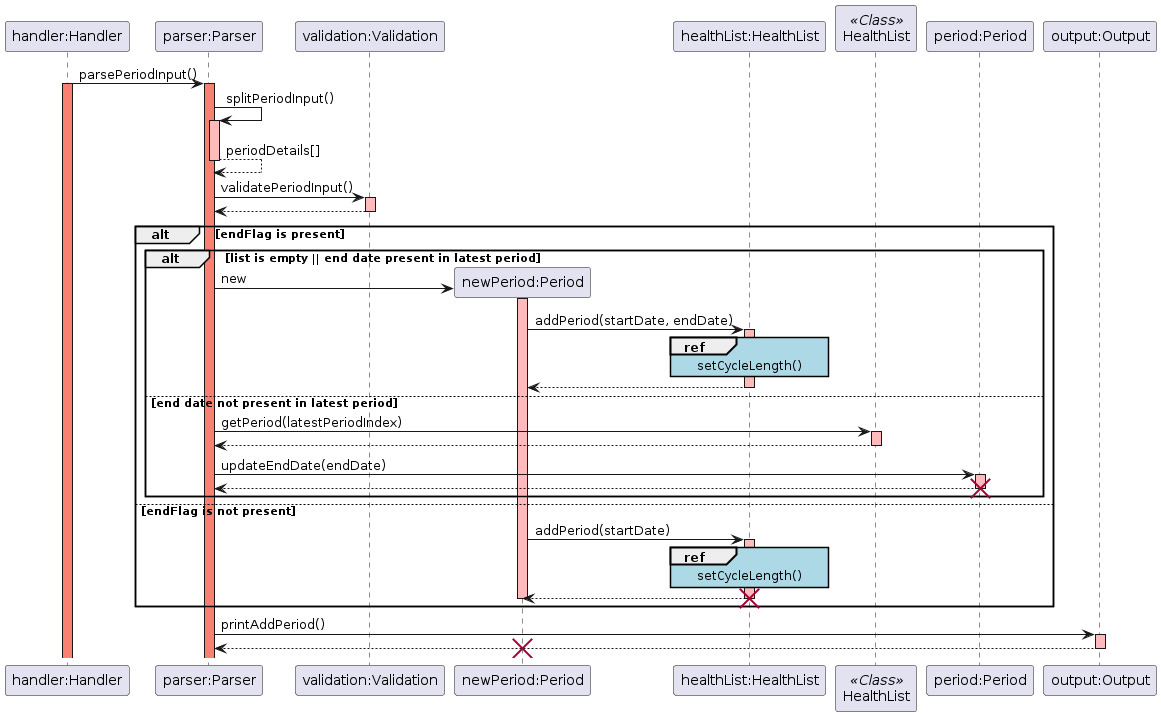
Above: docs/img/sequence_diagrams/period_sequence.png in rouvinerh/tp (PlantUML), before the change.
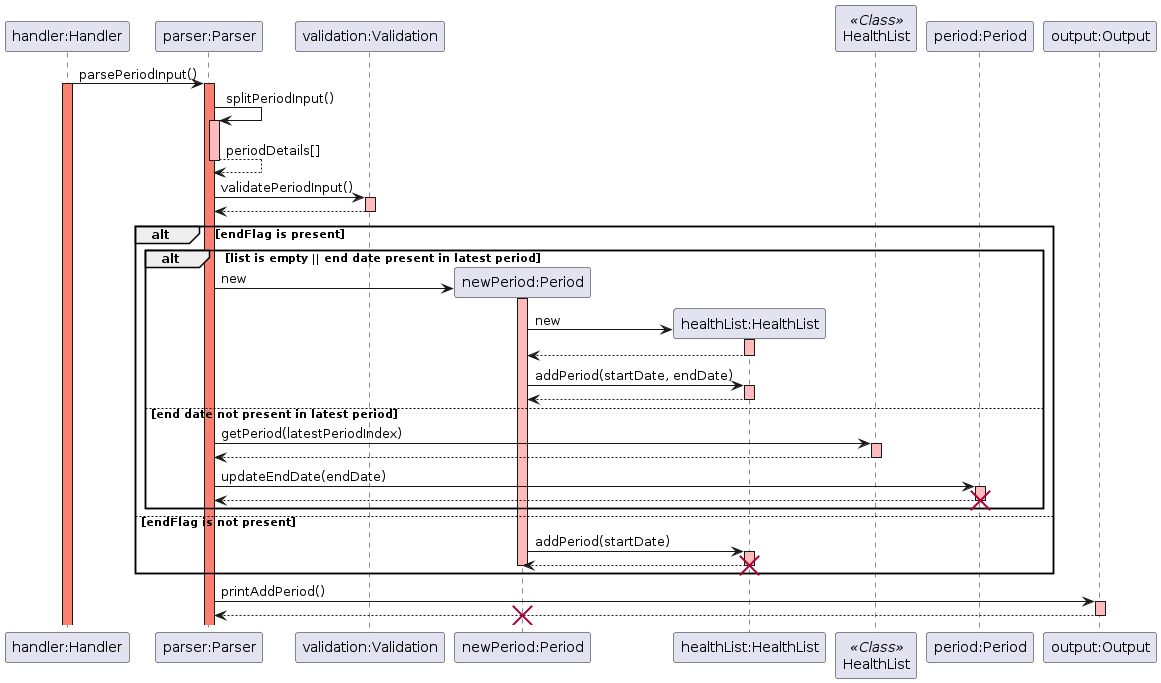
Above is the later version.

Change to the diagram source:
```diff
@@ -25,9 +25,13 @@
     alt list is empty || end date present in latest period
     Parser -> Period **: new
     activate Period #FFBBBB
+    Period -> HealthList **: new
+    activate HealthList #FFBBBB
+    HealthList --> Period:
+    deactivate HealthList #FFBBBB
+
     Period -> HealthList: addPeriod(startDate, endDate)
     activate HealthList #FFBBBB
-ref over HealthList: setCycleLength()
     HealthList --> Period:
     deactivate HealthList #FFBBBB
 
@@ -50,7 +54,6 @@
 
     activate Period #FFBBBB
     Period -> HealthList: addPeriod(startDate)
-ref over HealthList: setCycleLength()
     activate HealthList #FFBBBB
     HealthList --> Period:
     deactivate HealthList #FFBBBB
```
